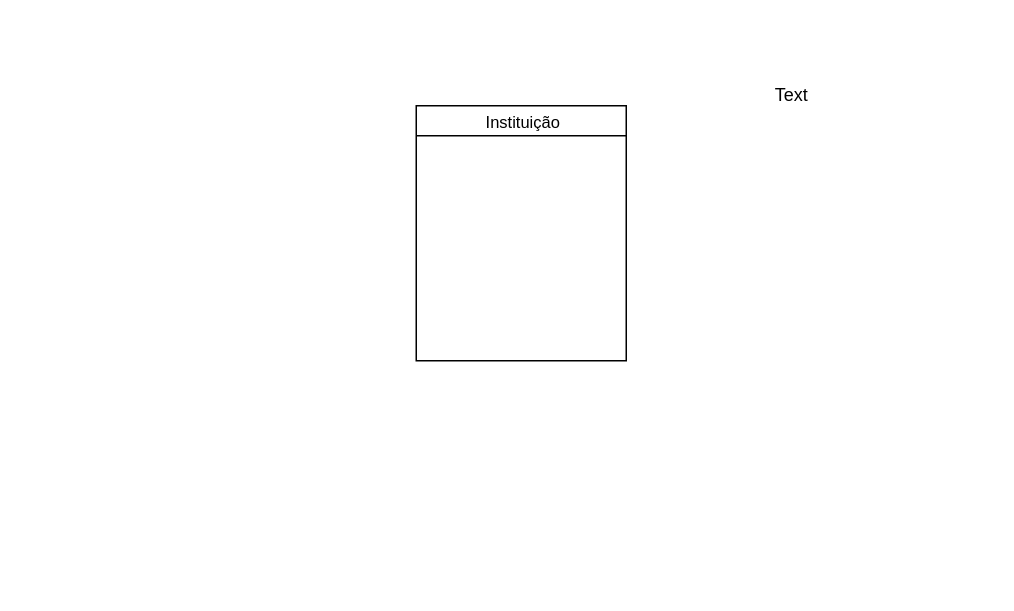
This is diagrama_classes_bem_feito.drawio from Jonathasin/Podre, a draw.io file, before an edit. Source tidied: cells renumbered, new cells numbered last; positions are measured from the earlier drawing's top-left corner, leaving out a move shared by most shapes. Both pictures are drawn from the tidied source at 150%, with x=0, y=0 at pixel (416, 72).
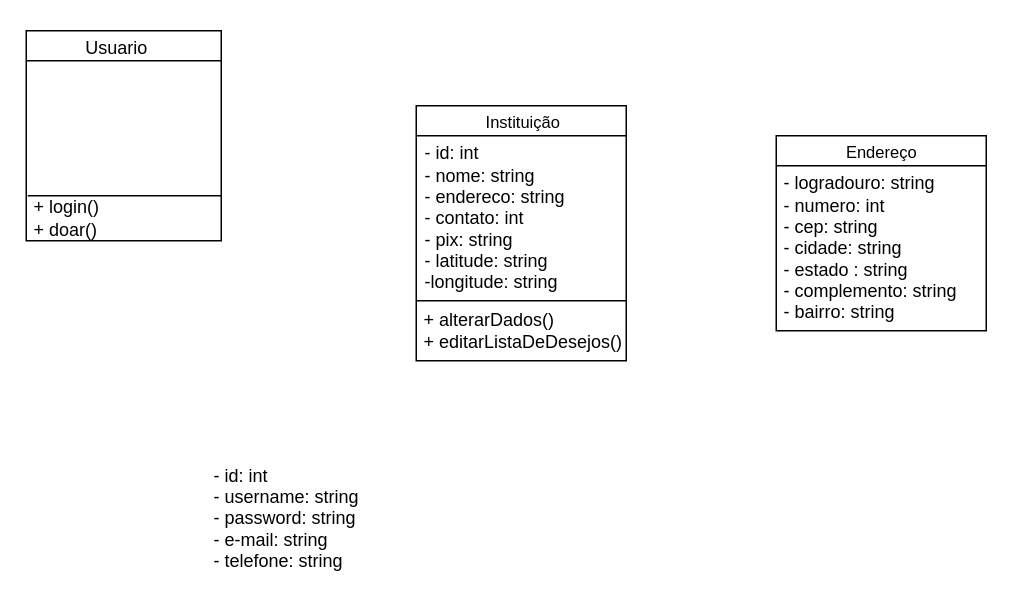
The same page after the edit.

Diff of the diagram source:
```diff
@@
-    <mxCell id="5" value="Text" style="text;html=1;align=center;verticalAlign=middle;strokeColor=none;fillColor=none;" parent="1" vertex="1">
-      <mxGeometry x="225" width="50" height="30" as="geometry" />
+    <mxCell id="5" value="- id: int&lt;div&gt;- nome: string&lt;/div&gt;&lt;div&gt;- endereco: string&lt;/div&gt;&lt;div&gt;- contato: int&lt;/div&gt;&lt;div&gt;&lt;span style=&quot;background-color: transparent; color: light-dark(rgb(0, 0, 0), rgb(255, 255, 255));&quot;&gt;- pix: string&lt;/span&gt;&lt;/div&gt;&lt;div&gt;- latitude: string&lt;/div&gt;&lt;div&gt;-longitude: string&lt;/div&gt;" style="text;html=1;align=left;verticalAlign=middle;strokeColor=none;fillColor=none;labelPosition=center;verticalLabelPosition=middle;" parent="1" vertex="1">
+      <mxGeometry x="4" y="42" width="120" height="110" as="geometry" />
     </mxCell>
+    <mxCell id="6" style="edgeStyle=none;orthogonalLoop=1;jettySize=auto;html=1;rounded=0;endArrow=none;startFill=0;" parent="1" edge="1">
+      <mxGeometry relative="1" as="geometry">
+        <mxPoint y="152" as="sourcePoint" />
+        <mxPoint x="140" y="152" as="targetPoint" />
+      </mxGeometry>
+    </mxCell>
+    <mxCell id="7" value="&amp;nbsp;+ alterarDados()&lt;div&gt;&amp;nbsp;+ editarListaDeDesejos()&lt;/div&gt;" style="text;html=1;align=left;verticalAlign=middle;strokeColor=none;fillColor=none;" parent="1" vertex="1">
+      <mxGeometry y="152" width="160" height="40" as="geometry" />
+    </mxCell>
+    <mxCell id="8" style="rounded=0;whiteSpace=wrap;html=1;" parent="1" vertex="1">
+      <mxGeometry x="240" y="42" width="140" height="130" as="geometry" />
+    </mxCell>
+    <mxCell id="9" style="edgeStyle=none;orthogonalLoop=1;jettySize=auto;html=1;rounded=0;endArrow=none;startFill=0;" parent="1" edge="1">
+      <mxGeometry relative="1" as="geometry">
+        <mxPoint x="240" y="62" as="sourcePoint" />
+        <mxPoint x="380" y="62" as="targetPoint" />
+      </mxGeometry>
+    </mxCell>
+    <mxCell id="10" value="Endereço" style="text;html=1;align=center;verticalAlign=middle;strokeColor=none;fillColor=none;fontSize=11;rotation=0;" parent="1" vertex="1">
+      <mxGeometry x="275" y="38" width="70" height="30" as="geometry" />
+    </mxCell>
+    <mxCell id="11" value="&amp;nbsp;- logradouro: string&lt;div&gt;&amp;nbsp;- numero: int&lt;br&gt;&lt;div&gt;&lt;div&gt;&lt;div&gt;&amp;nbsp;- cep: string&lt;/div&gt;&lt;div&gt;&amp;nbsp;- cidade: string&lt;/div&gt;&lt;div&gt;&amp;nbsp;- estado : string&lt;/div&gt;&lt;div&gt;&amp;nbsp;- complemento: string&lt;/div&gt;&lt;div&gt;&amp;nbsp;- bairro: string&amp;nbsp;&lt;/div&gt;&lt;/div&gt;&lt;/div&gt;&lt;/div&gt;" style="text;html=1;align=left;verticalAlign=middle;strokeColor=none;fillColor=none;" parent="1" vertex="1">
+      <mxGeometry x="240" y="62" width="140" height="110" as="geometry" />
+    </mxCell>
+    <mxCell id="12" style="rounded=0;whiteSpace=wrap;html=1;" parent="1" vertex="1">
+      <mxGeometry x="-260" y="-28" width="130" height="140" as="geometry" />
+    </mxCell>
+    <mxCell id="13" style="edgeStyle=none;orthogonalLoop=1;jettySize=auto;html=1;rounded=0;endArrow=none;startFill=0;entryX=0.992;entryY=0.154;entryDx=0;entryDy=0;entryPerimeter=0;" parent="1" edge="1">
+      <mxGeometry relative="1" as="geometry">
+        <mxPoint x="-259" y="82" as="sourcePoint" />
+        <mxPoint x="-130" y="82" as="targetPoint" />
+      </mxGeometry>
+    </mxCell>
+    <mxCell id="14" value="Usuario" style="text;html=1;align=center;verticalAlign=middle;strokeColor=none;fillColor=none;" parent="1" vertex="1">
+      <mxGeometry x="-230" y="-31" width="60" height="30" as="geometry" />
+    </mxCell>
+    <mxCell id="15" value="&amp;nbsp;- id: int&lt;div&gt;&amp;nbsp;- username: string&lt;/div&gt;&lt;div&gt;&amp;nbsp;- password: string&lt;/div&gt;&lt;div&gt;&amp;nbsp;- e-mail: string&lt;/div&gt;&lt;div&gt;&amp;nbsp;- telefone: string&lt;/div&gt;" style="text;html=1;align=left;verticalAlign=middle;strokeColor=none;fillColor=none;" parent="1" vertex="1">
+      <mxGeometry x="-140" y="252" width="120" height="90" as="geometry" />
+    </mxCell>
+    <mxCell id="16" style="edgeStyle=none;orthogonalLoop=1;jettySize=auto;html=1;rounded=0;endArrow=none;startFill=0;entryX=1;entryY=0.815;entryDx=0;entryDy=0;entryPerimeter=0;" parent="1" edge="1">
+      <mxGeometry relative="1" as="geometry">
+        <mxPoint x="-260" y="-8" as="sourcePoint" />
+        <mxPoint x="-130" y="-8" as="targetPoint" />
+      </mxGeometry>
+    </mxCell>
+    <mxCell id="17" value="&amp;nbsp;+ login()&amp;nbsp;&lt;div&gt;&amp;nbsp;+ doar()&lt;/div&gt;" style="text;html=1;align=left;verticalAlign=middle;strokeColor=none;fillColor=none;" parent="1" vertex="1">
+      <mxGeometry x="-260" y="77" width="70" height="40" as="geometry" />
+    </mxCell>
```
